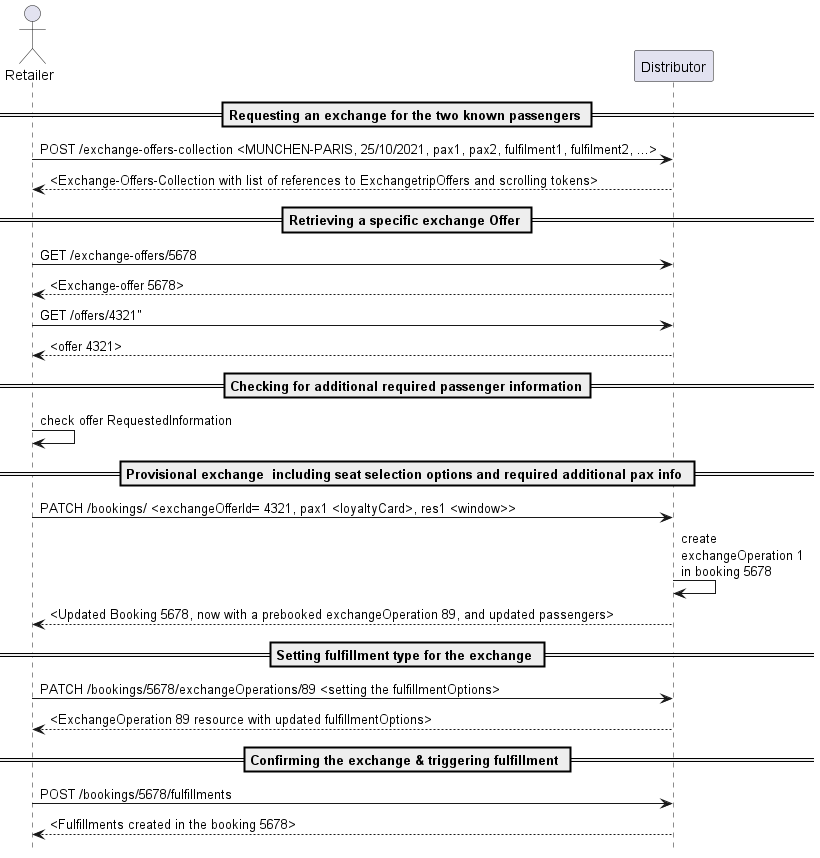
Above: images/processes/seq-exchange.png in UnionInternationalCheminsdeFer/OSDM (PlantUML), before the change.
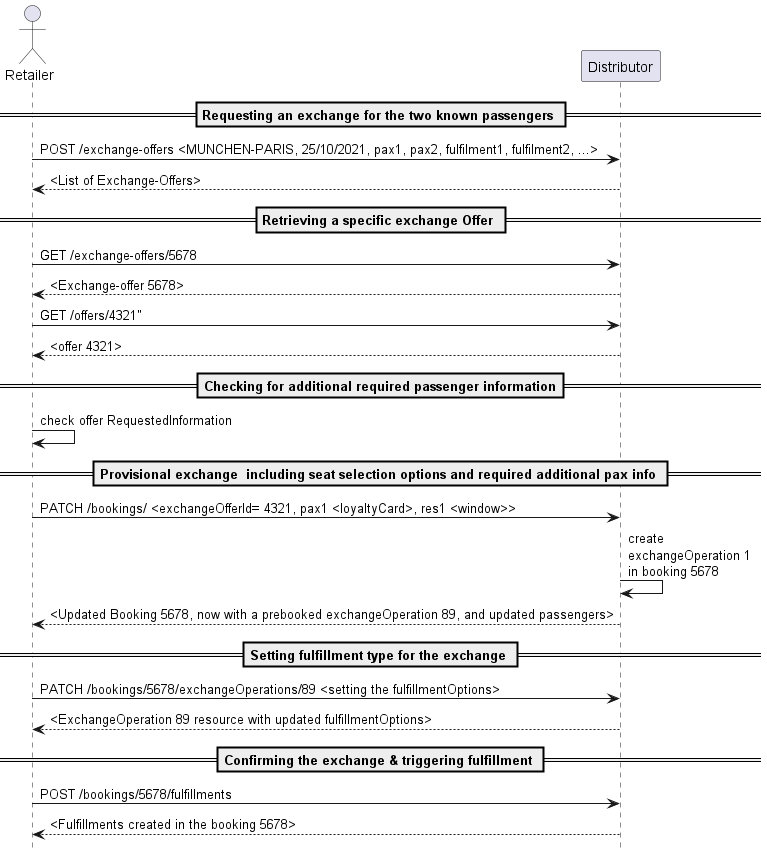
The same diagram one commit later.

What changed in the source:
```diff
@@ -4,8 +4,8 @@
 actor Retailer
 
 == Requesting an exchange for the two known passengers ==
-Retailer -> Distributor: POST /exchange-offers-collection <MUNCHEN-PARIS, 25/10/2021, pax1, pax2, fulfilment1, fulfilment2, ...>
-Distributor --> Retailer: <Exchange-Offers-Collection with list of references to ExchangetripOffers and scrolling tokens>
+Retailer -> Distributor: POST /exchange-offers <MUNCHEN-PARIS, 25/10/2021, pax1, pax2, fulfilment1, fulfilment2, ...>
+Distributor --> Retailer: <List of Exchange-Offers>
 
 == Retrieving a specific exchange Offer ==
 Retailer -> Distributor: GET /exchange-offers/5678
```
